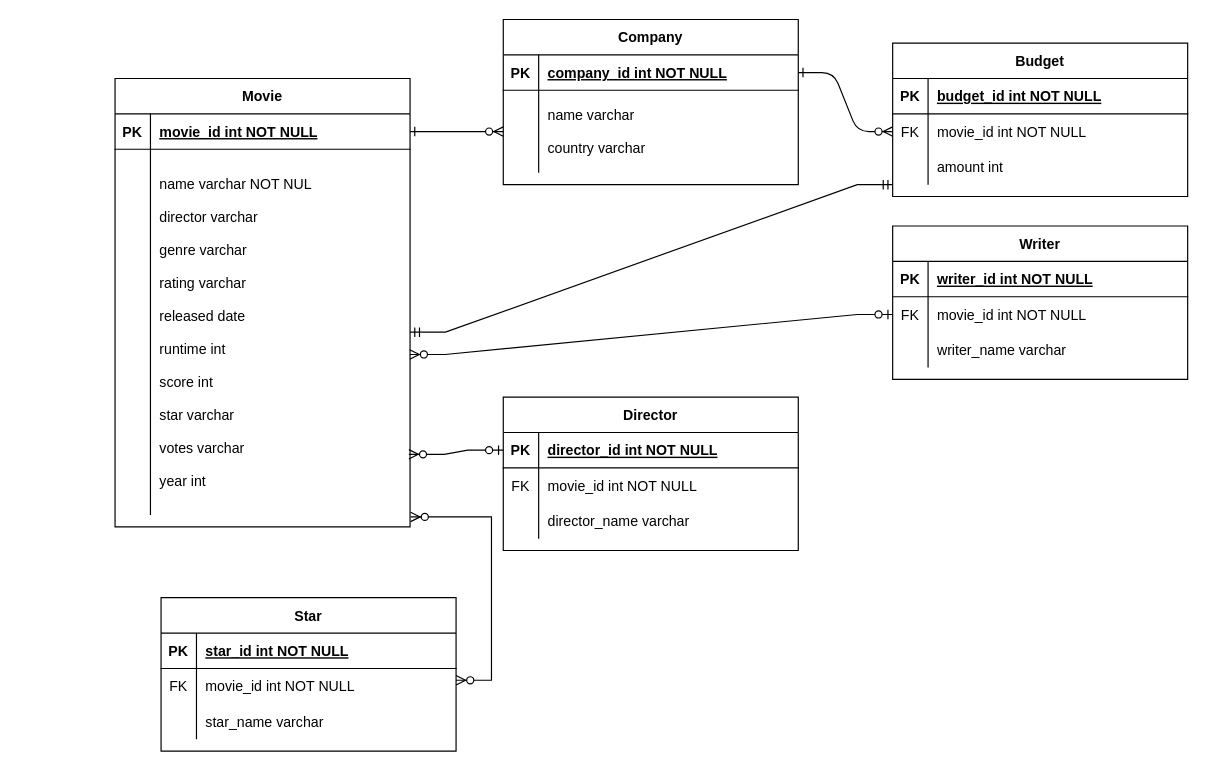
The draw.io diagram ERD.drawio.xml in pateldeep99/ERD, before the edit. Source tidied: cells renumbered, new cells numbered last; positions are measured from the earlier drawing's top-left corner, leaving out a move shared by most shapes. Both pictures are drawn from the tidied source at 118%, with x=0, y=0 at pixel (114, 19).
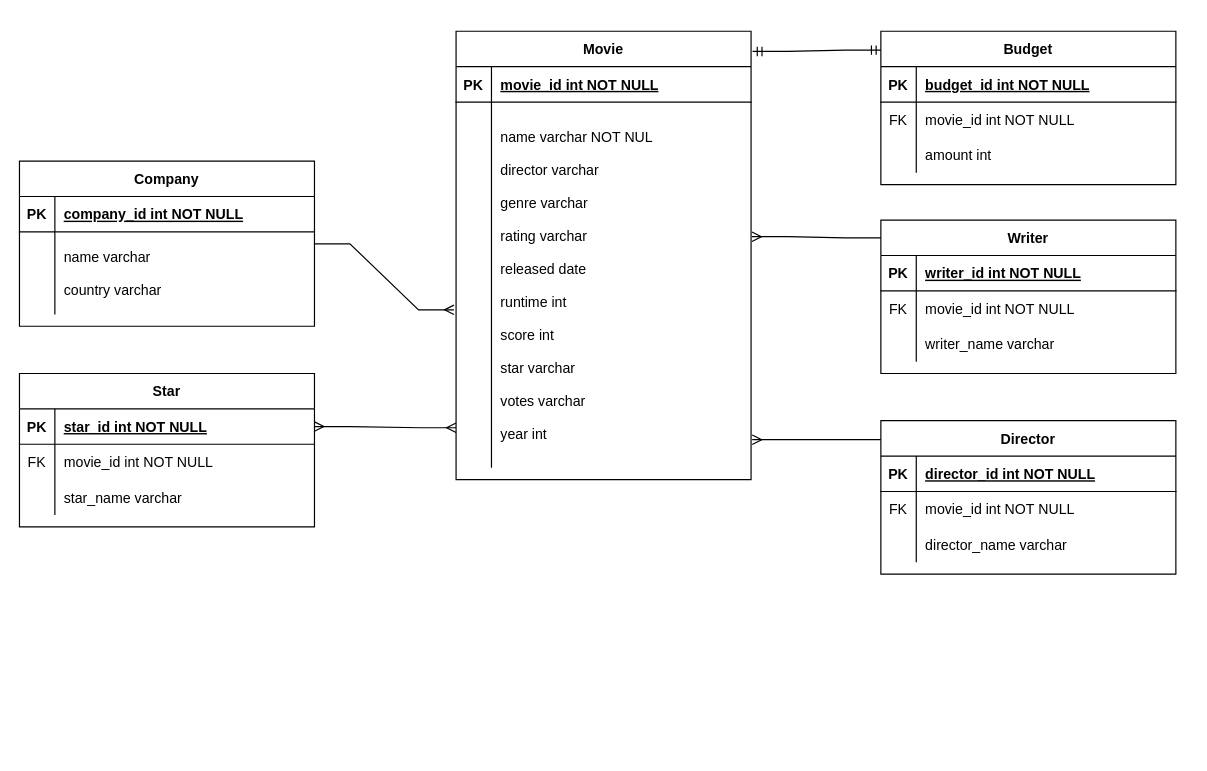
Above is the later version.

Unchanged cells that the change refers to:
```xml
<mxCell id="5" style="shape=partialRectangle;fillColor=none;points=[[0,0.5],[1,0.5]];portConstraint=eastwest;top=0;left=0;right=0;bottom=1;" parent="4" vertex="1">
  <mxGeometry y="30" width="250" height="30" as="geometry" />
</mxCell>
<mxCell id="8" style="shape=partialRectangle;fillColor=none;points=[[0,0.5],[1,0.5]];portConstraint=eastwest;top=0;left=0;right=0;bottom=0;" parent="4" vertex="1">
  <mxGeometry y="60" width="250" height="70" as="geometry" />
</mxCell>
<mxCell id="15" style="shape=partialRectangle;fillColor=none;points=[[0,0.5],[1,0.5]];portConstraint=eastwest;top=0;left=0;right=0;bottom=0;" parent="11" vertex="1">
  <mxGeometry y="60" width="250" height="30" as="geometry" />
</mxCell>
<mxCell id="22" style="shape=partialRectangle;fillColor=none;points=[[0,0.5],[1,0.5]];portConstraint=eastwest;top=0;left=0;right=0;bottom=1;" parent="21" vertex="1">
  <mxGeometry y="30" width="250" height="30" as="geometry" />
</mxCell>
<mxCell id="25" style="shape=partialRectangle;fillColor=none;points=[[0,0.5],[1,0.5]];portConstraint=eastwest;top=0;left=0;right=0;bottom=0;" parent="21" vertex="1">
  <mxGeometry y="60" width="250" height="310" as="geometry" />
</mxCell>
<mxCell id="32" style="shape=partialRectangle;fillColor=none;points=[[0,0.5],[1,0.5]];portConstraint=eastwest;top=0;left=0;right=0;bottom=0;" parent="28" vertex="1">
  <mxGeometry y="60" width="250" height="30" as="geometry" />
</mxCell>
<mxCell id="39" style="shape=partialRectangle;fillColor=none;points=[[0,0.5],[1,0.5]];portConstraint=eastwest;top=0;left=0;right=0;bottom=1;" parent="38" vertex="1">
  <mxGeometry y="30" width="250" height="30" as="geometry" />
</mxCell>
<mxCell id="49" style="shape=partialRectangle;fillColor=none;points=[[0,0.5],[1,0.5]];portConstraint=eastwest;top=0;left=0;right=0;bottom=1;" parent="48" vertex="1">
  <mxGeometry y="30" width="250" height="30" as="geometry" />
</mxCell>
```

What changed in the source:
```diff
@@
-    <mxCell id="2" style="edgeStyle=entityRelationEdgeStyle;endArrow=ERzeroToMany;startArrow=ERone;endFill=1;startFill=0;" parent="1" edge="1" source="22" target="8">
-      <mxGeometry relative="1" as="geometry" />
-    </mxCell>
-    <mxCell id="3" style="edgeStyle=entityRelationEdgeStyle;endArrow=ERzeroToMany;startArrow=ERone;endFill=1;startFill=0;" parent="1" edge="1" source="5" target="15">
-      <mxGeometry relative="1" as="geometry" />
-    </mxCell>
     <mxCell id="4" value="Company" style="shape=table;startSize=30;childLayout=tableLayout;rowLines=0;fontStyle=1;align=center;" parent="1" vertex="1">
-      <mxGeometry x="329" width="250" height="140" as="geometry" />
+      <mxGeometry x="-81" y="120" width="250" height="140" as="geometry" />
     </mxCell>
@@
     <mxCell id="11" value="Budget" style="shape=table;startSize=30;childLayout=tableLayout;rowLines=0;fontStyle=1;align=center;" parent="1" vertex="1">
-      <mxGeometry x="659" y="20" width="250" height="130" as="geometry" />
+      <mxGeometry x="649" y="10" width="250" height="130" as="geometry" />
     </mxCell>
@@
     <mxCell id="21" value="Movie" style="shape=table;startSize=30;childLayout=tableLayout;rowLines=0;fontStyle=1;align=center;" parent="1" vertex="1">
-      <mxGeometry y="50" width="250" height="380" as="geometry" />
+      <mxGeometry x="289" y="10" width="250" height="380" as="geometry" />
     </mxCell>
@@
     <mxCell id="28" value="Writer" style="shape=table;startSize=30;childLayout=tableLayout;rowLines=0;fontStyle=1;align=center;" parent="1" vertex="1">
-      <mxGeometry x="659" y="175" width="250" height="130" as="geometry" />
+      <mxGeometry x="649" y="170" width="250" height="130" as="geometry" />
     </mxCell>
@@
     <mxCell id="38" value="Director" style="shape=table;startSize=30;childLayout=tableLayout;rowLines=0;fontStyle=1;align=center;" parent="1" vertex="1">
-      <mxGeometry x="329" y="320" width="250" height="130" as="geometry" />
+      <mxGeometry x="649" y="340" width="250" height="130" as="geometry" />
     </mxCell>
@@
     <mxCell id="48" value="Star" style="shape=table;startSize=30;childLayout=tableLayout;rowLines=0;fontStyle=1;align=center;" parent="1" vertex="1">
-      <mxGeometry x="39" y="490" width="250" height="130" as="geometry" />
+      <mxGeometry x="-81" y="300" width="250" height="130" as="geometry" />
     </mxCell>
@@
-    <mxCell id="58" style="edgeStyle=entityRelationEdgeStyle;fontSize=12;html=1;endArrow=ERzeroToMany;startArrow=ERzeroToOne;rounded=0;exitX=0;exitY=0.5;exitDx=0;exitDy=0;entryX=0.996;entryY=0.834;entryDx=0;entryDy=0;entryPerimeter=0;" parent="1" edge="1" source="39" target="25">
-      <mxGeometry relative="1" as="geometry" />
-    </mxCell>
-    <mxCell id="59" style="edgeStyle=entityRelationEdgeStyle;fontSize=12;html=1;endArrow=ERzeroToMany;startArrow=ERzeroToOne;rounded=0;exitX=0;exitY=0.5;exitDx=0;exitDy=0;entryX=0.999;entryY=0.561;entryDx=0;entryDy=0;entryPerimeter=0;" parent="1" edge="1" source="32" target="25">
-      <mxGeometry relative="1" as="geometry" />
-    </mxCell>
-    <mxCell id="60" style="edgeStyle=entityRelationEdgeStyle;fontSize=12;html=1;endArrow=ERzeroToMany;endFill=1;startArrow=ERzeroToMany;rounded=0;entryX=1.002;entryY=1.005;entryDx=0;entryDy=0;entryPerimeter=0;" parent="1" edge="1" target="25">
-      <mxGeometry relative="1" as="geometry">
-        <mxPoint x="289" y="560" as="sourcePoint" />
-      </mxGeometry>
-    </mxCell>
-    <mxCell id="61" style="edgeStyle=entityRelationEdgeStyle;fontSize=12;html=1;endArrow=ERmandOne;startArrow=ERmandOne;rounded=0;entryX=0.162;entryY=-0.032;entryDx=0;entryDy=0;entryPerimeter=0;" parent="1" edge="1" source="25">
-      <mxGeometry relative="1" as="geometry">
-        <mxPoint x="659" y="140" as="targetPoint" />
-        <Array as="points">
-          <mxPoint x="479" y="230" />
-          <mxPoint x="449" y="200" />
-          <mxPoint x="629" y="130" />
-          <mxPoint x="469" y="230" />
-        </Array>
-      </mxGeometry>
-    </mxCell>
+    <mxCell id="62" style="edgeStyle=entityRelationEdgeStyle;fontSize=12;html=1;endArrow=ERmany;rounded=0;entryX=1.003;entryY=0.368;entryDx=0;entryDy=0;entryPerimeter=0;exitX=0;exitY=0.116;exitDx=0;exitDy=0;exitPerimeter=0;" parent="1" edge="1" source="28" target="25">
+      <mxGeometry relative="1" as="geometry" />
+    </mxCell>
+    <mxCell id="63" style="edgeStyle=entityRelationEdgeStyle;fontSize=12;html=1;endArrow=ERmany;rounded=0;entryX=1.004;entryY=0.923;entryDx=0;entryDy=0;entryPerimeter=0;" parent="1" edge="1" target="25">
+      <mxGeometry relative="1" as="geometry">
+        <mxPoint x="619" y="356" as="sourcePoint" />
+        <Array as="points">
+          <mxPoint x="569" y="310" />
+        </Array>
+      </mxGeometry>
+    </mxCell>
+    <mxCell id="64" style="edgeStyle=entityRelationEdgeStyle;fontSize=12;html=1;endArrow=ERmany;startArrow=ERmany;rounded=0;exitX=1;exitY=0.5;exitDx=0;exitDy=0;" parent="1" edge="1" source="49">
+      <mxGeometry relative="1" as="geometry">
+        <mxPoint x="289" y="346" as="targetPoint" />
+        <Array as="points">
+          <mxPoint x="209" y="350" />
+        </Array>
+      </mxGeometry>
+    </mxCell>
+    <mxCell id="65" style="edgeStyle=entityRelationEdgeStyle;fontSize=12;html=1;endArrow=ERmany;rounded=0;entryX=0.004;entryY=0.568;entryDx=0;entryDy=0;entryPerimeter=0;exitX=1.011;exitY=0.145;exitDx=0;exitDy=0;exitPerimeter=0;" parent="1" edge="1">
+      <mxGeometry relative="1" as="geometry">
+        <mxPoint x="169" y="190.1" as="sourcePoint" />
+        <mxPoint x="287.2" y="246.1" as="targetPoint" />
+      </mxGeometry>
+    </mxCell>
+    <mxCell id="66" style="edgeStyle=entityRelationEdgeStyle;fontSize=12;html=1;endArrow=ERmandOne;startArrow=ERmandOne;rounded=0;exitX=1.005;exitY=0.045;exitDx=0;exitDy=0;exitPerimeter=0;" parent="1" edge="1" source="21">
+      <mxGeometry relative="1" as="geometry">
+        <mxPoint x="649" y="26" as="targetPoint" />
+      </mxGeometry>
+    </mxCell>
```
